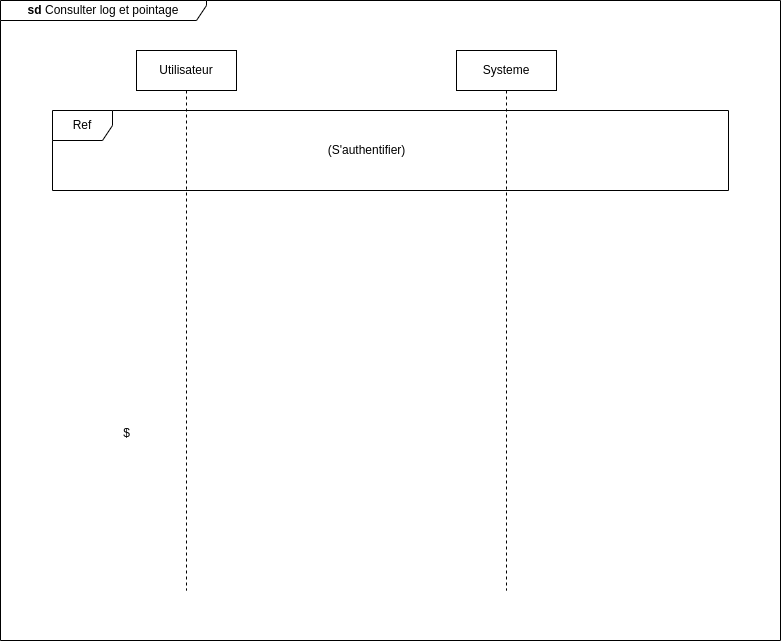
Above: static/Diagramme de sequence consulter log et rapport .drawio.png in Siluearsene/borne_biometrique (draw.io), before the change. Source tidied: cells renumbered, new cells last; positions are measured from the earlier drawing's top-left corner, leaving out a move shared by most shapes.
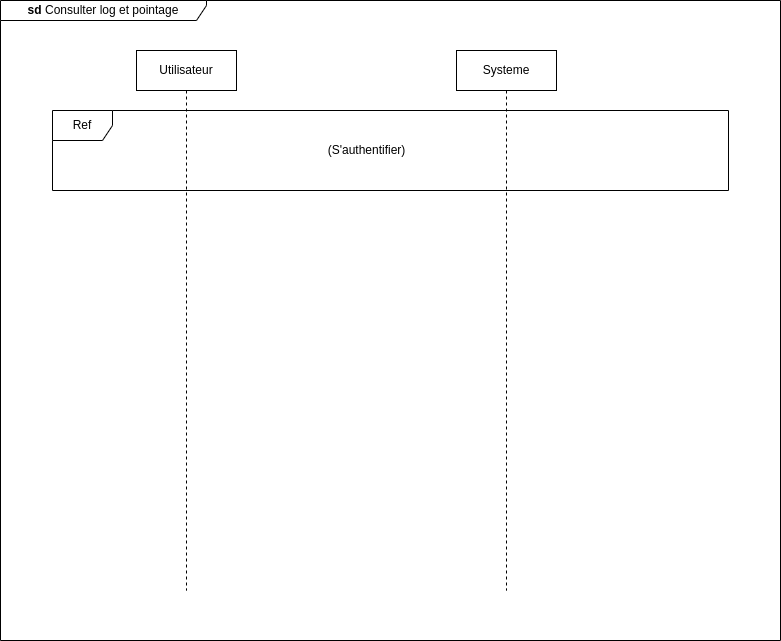
After the change.

Commit message:
Mettre à jour Diagramme de sequence consulter log et rapport .drawio.png

The edit, as a diff of the source:
```diff
@@ -14,9 +14,6 @@
     <mxCell id="5" value="Ref" style="shape=umlFrame;whiteSpace=wrap;html=1;" parent="1" vertex="1">
       <mxGeometry x="52" y="110" width="676" height="80" as="geometry" />
     </mxCell>
-    <mxCell id="6" value="$" style="text;html=1;align=center;verticalAlign=middle;strokeColor=none;fillColor=none;" parent="1" vertex="1">
-      <mxGeometry x="111" y="418" width="30" height="30" as="geometry" />
-    </mxCell>
     <mxCell id="7" value="(S'authentifier)" style="text;html=1;align=center;verticalAlign=middle;strokeColor=none;fillColor=none;" parent="1" vertex="1">
       <mxGeometry x="316" y="135" width="100" height="30" as="geometry" />
     </mxCell>
```
